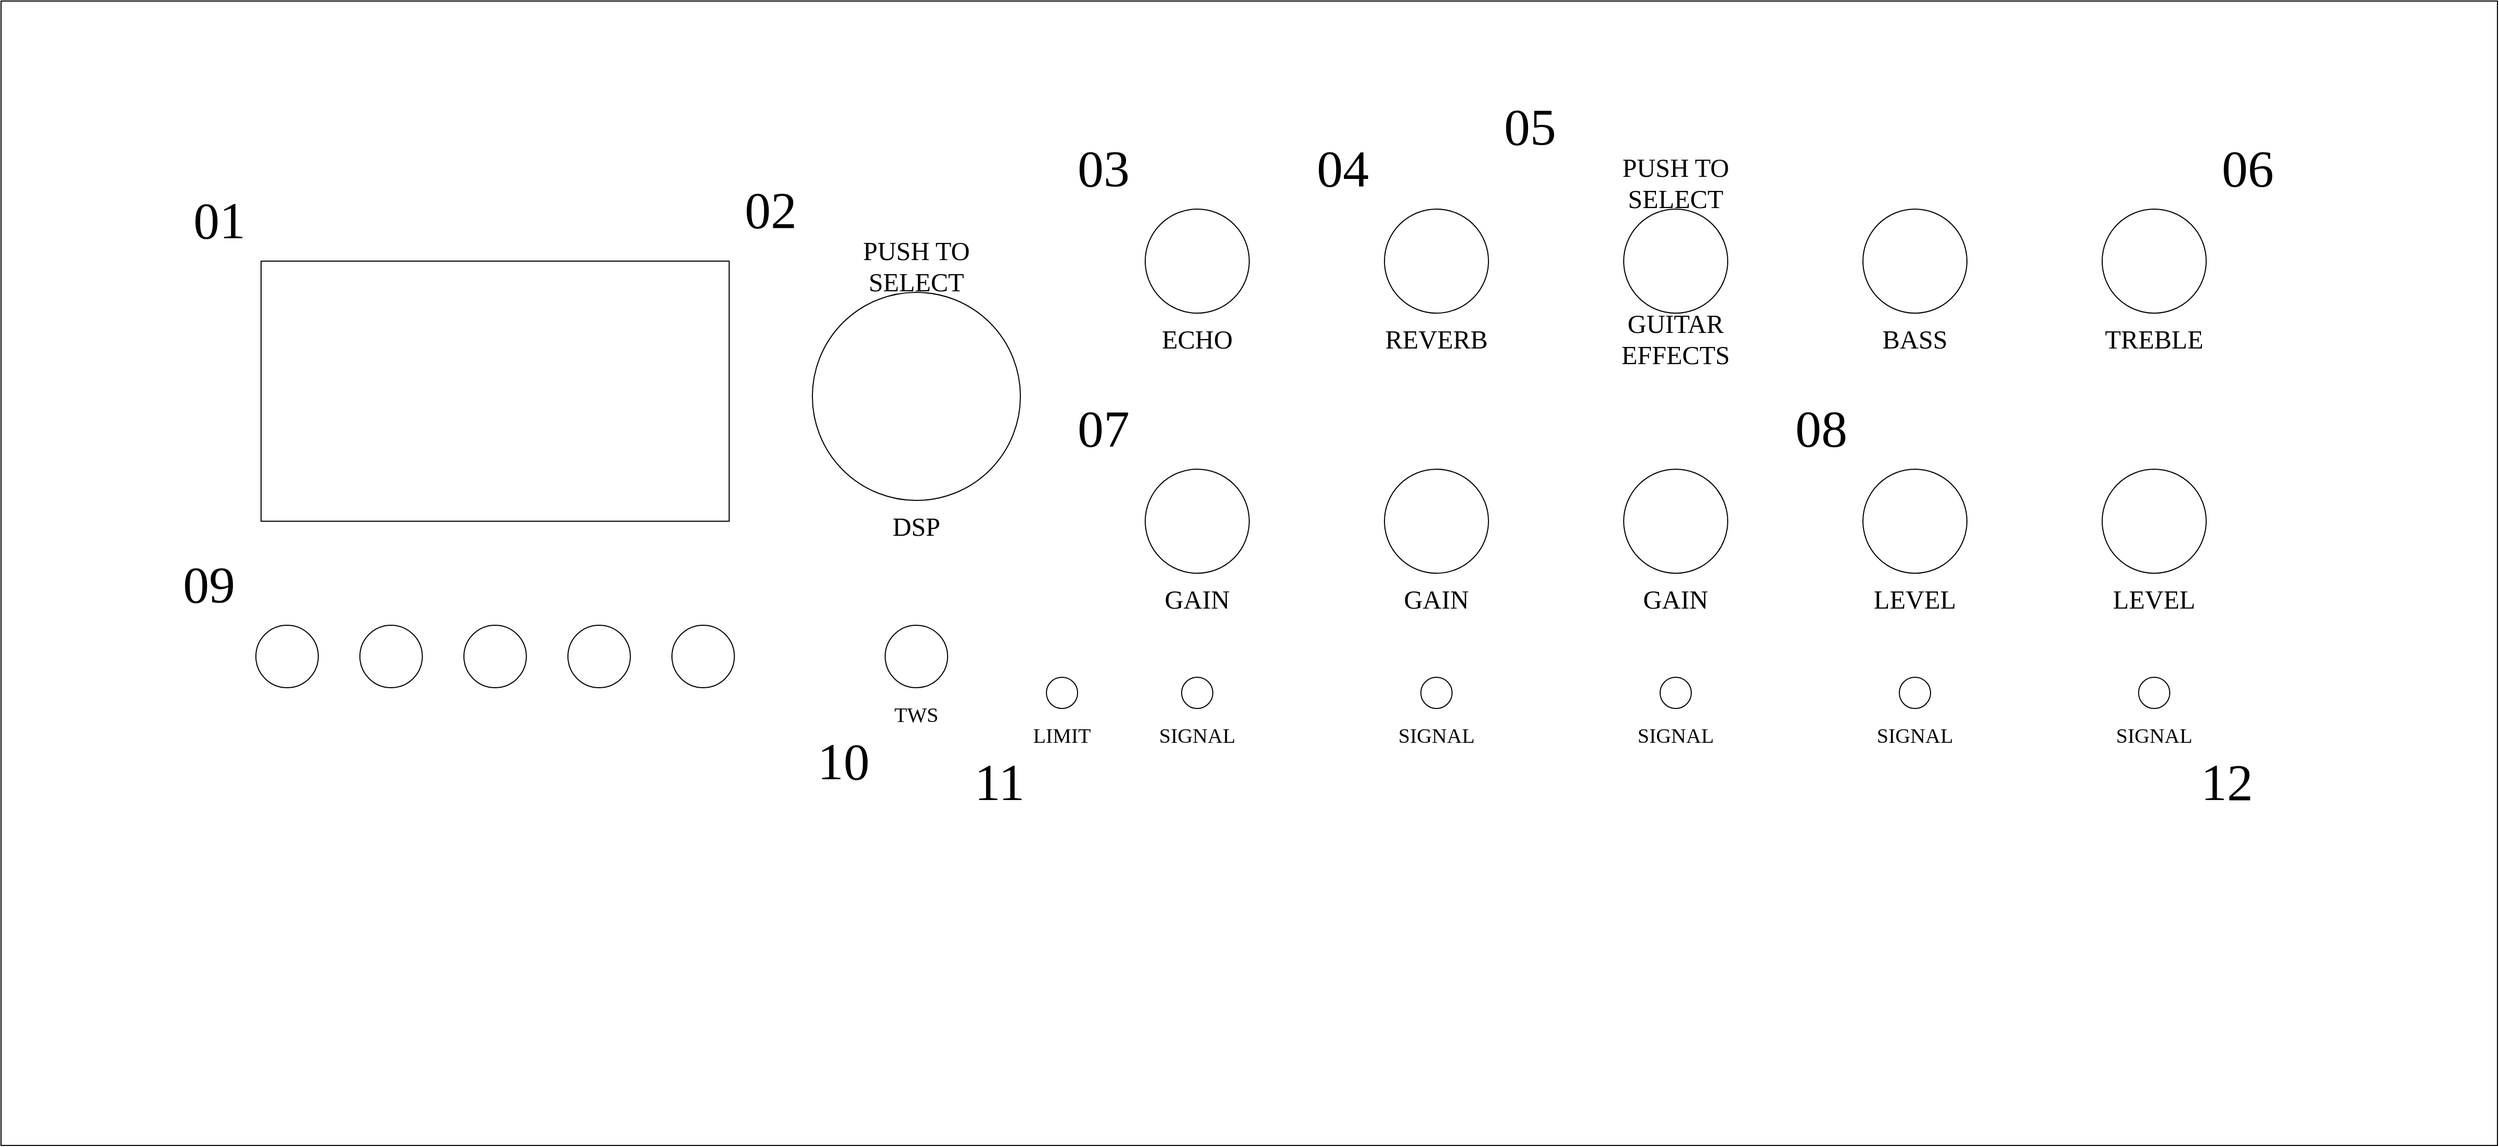
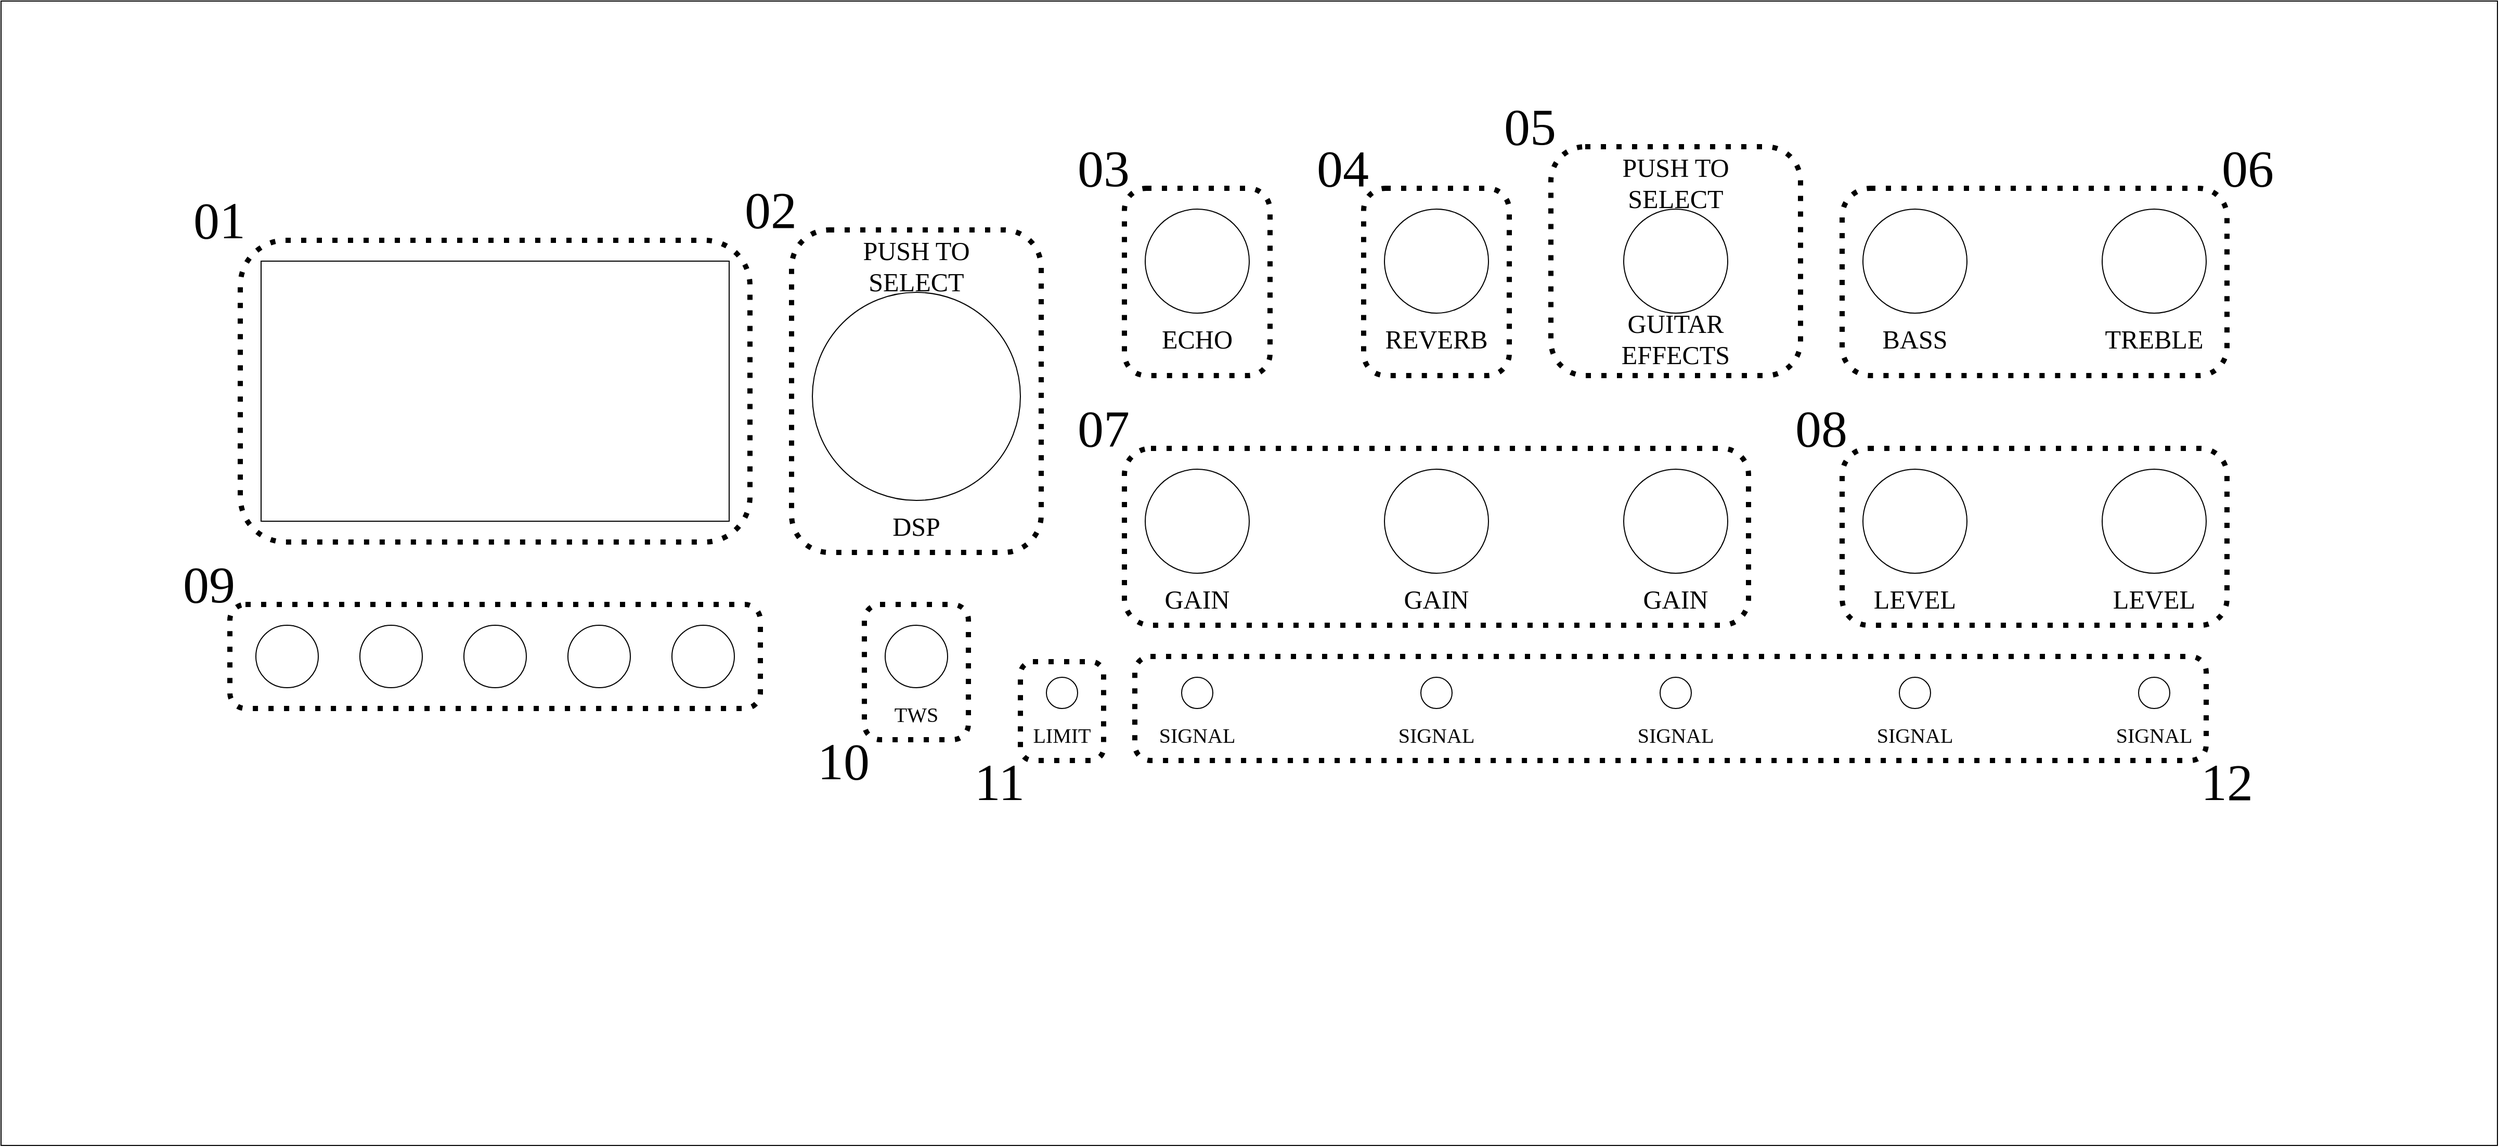
- <mxfile host="Electron" modified="2026-07-03T22:42:28.220Z" agent="Mozilla/5.0 (Windows NT 10.0; Win64; x64) AppleWebKit/537.36 (KHTML, like Gecko) draw.io/22.1.16 Chrome/120.0.6099.109 Electron/28.1.0 Safari/537.36" etag="QWmFoXYF6k7VsYndNoYA" version="22.1.16" type="device">
+ <mxfile host="Electron" modified="2026-07-03T22:52:03.967Z" agent="Mozilla/5.0 (Windows NT 10.0; Win64; x64) AppleWebKit/537.36 (KHTML, like Gecko) draw.io/22.1.16 Chrome/120.0.6099.109 Electron/28.1.0 Safari/537.36" etag="kyq85t_3a784Du3vjFt6" version="22.1.16" type="device">
  <diagram name="Page-1" id="B_XuoEejj1fYaosOIt3_">
-     <mxGraphModel dx="3354" dy="1916" grid="1" gridSize="10" guides="1" tooltips="1" connect="1" arrows="1" fold="1" page="1" pageScale="1" pageWidth="3300" pageHeight="2339" math="0" shadow="0">
+     <mxGraphModel dx="2795" dy="1597" grid="1" gridSize="10" guides="1" tooltips="1" connect="1" arrows="1" fold="1" page="1" pageScale="1" pageWidth="3300" pageHeight="2339" math="0" shadow="0">
      <root>
        <mxCell id="0" />
        <mxCell id="1" parent="0" />
-         <mxCell id="BWbFpJshCLjpk-5mwqhg-2" value="" style="rounded=0;whiteSpace=wrap;html=1;fillColor=none;movable=0;resizable=0;rotatable=0;deletable=0;editable=0;locked=1;connectable=0;" vertex="1" parent="1">
+         <mxCell id="BWbFpJshCLjpk-5mwqhg-82" value="" style="rounded=1;whiteSpace=wrap;html=1;fillColor=none;strokeColor=default;strokeWidth=5;dashed=1;dashPattern=1 2;fontFamily=Atkinson Hyperlegible Next;fontColor=default;" parent="1" vertex="1">
+           <mxGeometry x="1350" y="220" width="140" height="180" as="geometry" />
+         </mxCell>
+         <mxCell id="BWbFpJshCLjpk-5mwqhg-77" value="" style="rounded=1;whiteSpace=wrap;html=1;fillColor=none;strokeColor=default;strokeWidth=5;dashed=1;dashPattern=1 2;fontFamily=Atkinson Hyperlegible Next;fontColor=default;" parent="1" vertex="1">
+           <mxGeometry x="800" y="260" width="240" height="310" as="geometry" />
+         </mxCell>
+         <mxCell id="BWbFpJshCLjpk-5mwqhg-2" value="" style="rounded=0;whiteSpace=wrap;html=1;fillColor=none;movable=0;resizable=0;rotatable=0;deletable=0;editable=0;locked=1;connectable=0;" parent="1" vertex="1">
          <mxGeometry x="40" y="40" width="2400" height="1100" as="geometry" />
        </mxCell>
-         <mxCell id="BWbFpJshCLjpk-5mwqhg-73" value="" style="rounded=1;whiteSpace=wrap;html=1;fillColor=none;strokeColor=#FFFFFF;strokeWidth=5;dashed=1;dashPattern=1 2;fontFamily=Atkinson Hyperlegible Next;" vertex="1" parent="1">
+         <mxCell id="BWbFpJshCLjpk-5mwqhg-81" value="" style="rounded=1;whiteSpace=wrap;html=1;fillColor=none;strokeColor=default;strokeWidth=5;dashed=1;dashPattern=1 2;fontFamily=Atkinson Hyperlegible Next;fontColor=default;" parent="1" vertex="1">
+           <mxGeometry x="1120" y="220" width="140" height="180" as="geometry" />
+         </mxCell>
+         <mxCell id="BWbFpJshCLjpk-5mwqhg-83" value="" style="rounded=1;whiteSpace=wrap;html=1;fillColor=none;strokeColor=default;strokeWidth=5;dashed=1;dashPattern=1 2;fontFamily=Atkinson Hyperlegible Next;fontColor=default;" parent="1" vertex="1">
+           <mxGeometry x="1530" y="180" width="240" height="220" as="geometry" />
+         </mxCell>
+         <mxCell id="BWbFpJshCLjpk-5mwqhg-84" value="" style="rounded=1;whiteSpace=wrap;html=1;fillColor=none;strokeColor=default;strokeWidth=5;dashed=1;dashPattern=1 2;fontFamily=Atkinson Hyperlegible Next;fontColor=default;" parent="1" vertex="1">
+           <mxGeometry x="1810" y="220" width="370" height="180" as="geometry" />
+         </mxCell>
+         <mxCell id="BWbFpJshCLjpk-5mwqhg-71" value="&lt;font style=&quot;font-size: 25px;&quot;&gt;DSP&lt;/font&gt;" style="text;html=1;strokeColor=none;fillColor=none;align=center;verticalAlign=middle;whiteSpace=wrap;rounded=0;fontFamily=Atkinson Hyperlegible Next;fontColor=default;" parent="1" vertex="1">
+           <mxGeometry x="820" y="530" width="200" height="30" as="geometry" />
+         </mxCell>
+         <mxCell id="BWbFpJshCLjpk-5mwqhg-74" value="" style="rounded=1;whiteSpace=wrap;html=1;fillColor=none;strokeColor=default;strokeWidth=5;dashed=1;dashPattern=1 2;fontFamily=Atkinson Hyperlegible Next;fontColor=default;" parent="1" vertex="1">
+           <mxGeometry x="270" y="270" width="490" height="290" as="geometry" />
+         </mxCell>
+         <mxCell id="BWbFpJshCLjpk-5mwqhg-73" value="" style="rounded=1;whiteSpace=wrap;html=1;fillColor=none;strokeColor=default;strokeWidth=5;dashed=1;dashPattern=1 2;fontFamily=Atkinson Hyperlegible Next;fontColor=default;" parent="1" vertex="1">
          <mxGeometry x="260" y="620" width="510" height="100" as="geometry" />
        </mxCell>
-         <mxCell id="BWbFpJshCLjpk-5mwqhg-4" value="" style="rounded=0;whiteSpace=wrap;html=1;fontFamily=Atkinson Hyperlegible Next;" vertex="1" parent="1">
+         <mxCell id="BWbFpJshCLjpk-5mwqhg-76" value="" style="rounded=1;whiteSpace=wrap;html=1;fillColor=none;strokeColor=default;strokeWidth=5;dashed=1;dashPattern=1 2;fontFamily=Atkinson Hyperlegible Next;fontColor=default;" parent="1" vertex="1">
+           <mxGeometry x="1020" y="675" width="80" height="95" as="geometry" />
+         </mxCell>
+         <mxCell id="BWbFpJshCLjpk-5mwqhg-75" value="" style="rounded=1;whiteSpace=wrap;html=1;fillColor=none;strokeColor=default;strokeWidth=5;dashed=1;dashPattern=1 2;fontFamily=Atkinson Hyperlegible Next;fontColor=default;" parent="1" vertex="1">
+           <mxGeometry x="870" y="620" width="100" height="130" as="geometry" />
+         </mxCell>
+         <mxCell id="BWbFpJshCLjpk-5mwqhg-78" value="" style="rounded=1;whiteSpace=wrap;html=1;fillColor=none;strokeColor=default;strokeWidth=5;dashed=1;dashPattern=1 2;fontFamily=Atkinson Hyperlegible Next;fontColor=default;" parent="1" vertex="1">
+           <mxGeometry x="1120" y="470" width="600" height="170" as="geometry" />
+         </mxCell>
+         <mxCell id="BWbFpJshCLjpk-5mwqhg-79" value="" style="rounded=1;whiteSpace=wrap;html=1;fillColor=none;strokeColor=default;strokeWidth=5;dashed=1;dashPattern=1 2;fontFamily=Atkinson Hyperlegible Next;fontColor=default;" parent="1" vertex="1">
+           <mxGeometry x="1810" y="470" width="370" height="170" as="geometry" />
+         </mxCell>
+         <mxCell id="BWbFpJshCLjpk-5mwqhg-80" value="" style="rounded=1;whiteSpace=wrap;html=1;fillColor=none;strokeColor=default;strokeWidth=5;dashed=1;dashPattern=1 2;fontFamily=Atkinson Hyperlegible Next;fontColor=default;" parent="1" vertex="1">
+           <mxGeometry x="1130" y="670" width="1030" height="100" as="geometry" />
+         </mxCell>
+         <mxCell id="BWbFpJshCLjpk-5mwqhg-4" value="" style="rounded=0;whiteSpace=wrap;html=1;fontFamily=Atkinson Hyperlegible Next;strokeColor=default;fontColor=default;" parent="1" vertex="1">
          <mxGeometry x="290" y="290" width="450" height="250" as="geometry" />
        </mxCell>
-         <mxCell id="BWbFpJshCLjpk-5mwqhg-10" value="" style="ellipse;whiteSpace=wrap;html=1;aspect=fixed;fontFamily=Atkinson Hyperlegible Next;" vertex="1" parent="1">
+         <mxCell id="BWbFpJshCLjpk-5mwqhg-10" value="" style="ellipse;whiteSpace=wrap;html=1;aspect=fixed;fontFamily=Atkinson Hyperlegible Next;strokeColor=default;fontColor=default;" parent="1" vertex="1">
          <mxGeometry x="820" y="320" width="200" height="200" as="geometry" />
        </mxCell>
-         <mxCell id="BWbFpJshCLjpk-5mwqhg-12" value="" style="ellipse;whiteSpace=wrap;html=1;aspect=fixed;fontFamily=Atkinson Hyperlegible Next;" vertex="1" parent="1">
+         <mxCell id="BWbFpJshCLjpk-5mwqhg-12" value="" style="ellipse;whiteSpace=wrap;html=1;aspect=fixed;fontFamily=Atkinson Hyperlegible Next;strokeColor=default;fontColor=default;" parent="1" vertex="1">
          <mxGeometry x="1140" y="240" width="100" height="100" as="geometry" />
        </mxCell>
-         <mxCell id="BWbFpJshCLjpk-5mwqhg-13" value="" style="ellipse;whiteSpace=wrap;html=1;aspect=fixed;fontFamily=Atkinson Hyperlegible Next;" vertex="1" parent="1">
+         <mxCell id="BWbFpJshCLjpk-5mwqhg-13" value="" style="ellipse;whiteSpace=wrap;html=1;aspect=fixed;fontFamily=Atkinson Hyperlegible Next;strokeColor=default;fontColor=default;" parent="1" vertex="1">
          <mxGeometry x="1140" y="490" width="100" height="100" as="geometry" />
        </mxCell>
-         <mxCell id="BWbFpJshCLjpk-5mwqhg-14" value="" style="ellipse;whiteSpace=wrap;html=1;aspect=fixed;fontFamily=Atkinson Hyperlegible Next;" vertex="1" parent="1">
+         <mxCell id="BWbFpJshCLjpk-5mwqhg-14" value="" style="ellipse;whiteSpace=wrap;html=1;aspect=fixed;fontFamily=Atkinson Hyperlegible Next;strokeColor=default;fontColor=default;" parent="1" vertex="1">
          <mxGeometry x="1370" y="240" width="100" height="100" as="geometry" />
        </mxCell>
-         <mxCell id="BWbFpJshCLjpk-5mwqhg-15" value="" style="ellipse;whiteSpace=wrap;html=1;aspect=fixed;fontFamily=Atkinson Hyperlegible Next;" vertex="1" parent="1">
+         <mxCell id="BWbFpJshCLjpk-5mwqhg-15" value="" style="ellipse;whiteSpace=wrap;html=1;aspect=fixed;fontFamily=Atkinson Hyperlegible Next;strokeColor=default;fontColor=default;" parent="1" vertex="1">
          <mxGeometry x="1370" y="490" width="100" height="100" as="geometry" />
        </mxCell>
-         <mxCell id="BWbFpJshCLjpk-5mwqhg-17" value="" style="ellipse;whiteSpace=wrap;html=1;aspect=fixed;fontFamily=Atkinson Hyperlegible Next;" vertex="1" parent="1">
+         <mxCell id="BWbFpJshCLjpk-5mwqhg-17" value="" style="ellipse;whiteSpace=wrap;html=1;aspect=fixed;fontFamily=Atkinson Hyperlegible Next;strokeColor=default;fontColor=default;" parent="1" vertex="1">
          <mxGeometry x="1600" y="240" width="100" height="100" as="geometry" />
        </mxCell>
-         <mxCell id="BWbFpJshCLjpk-5mwqhg-18" value="" style="ellipse;whiteSpace=wrap;html=1;aspect=fixed;fontFamily=Atkinson Hyperlegible Next;" vertex="1" parent="1">
+         <mxCell id="BWbFpJshCLjpk-5mwqhg-18" value="" style="ellipse;whiteSpace=wrap;html=1;aspect=fixed;fontFamily=Atkinson Hyperlegible Next;strokeColor=default;fontColor=default;" parent="1" vertex="1">
          <mxGeometry x="1830" y="490" width="100" height="100" as="geometry" />
        </mxCell>
-         <mxCell id="BWbFpJshCLjpk-5mwqhg-19" value="" style="ellipse;whiteSpace=wrap;html=1;aspect=fixed;fontFamily=Atkinson Hyperlegible Next;" vertex="1" parent="1">
+         <mxCell id="BWbFpJshCLjpk-5mwqhg-19" value="" style="ellipse;whiteSpace=wrap;html=1;aspect=fixed;fontFamily=Atkinson Hyperlegible Next;strokeColor=default;fontColor=default;" parent="1" vertex="1">
          <mxGeometry x="1830" y="240" width="100" height="100" as="geometry" />
        </mxCell>
-         <mxCell id="BWbFpJshCLjpk-5mwqhg-20" value="" style="ellipse;whiteSpace=wrap;html=1;aspect=fixed;fontFamily=Atkinson Hyperlegible Next;" vertex="1" parent="1">
+         <mxCell id="BWbFpJshCLjpk-5mwqhg-20" value="" style="ellipse;whiteSpace=wrap;html=1;aspect=fixed;fontFamily=Atkinson Hyperlegible Next;strokeColor=default;fontColor=default;" parent="1" vertex="1">
          <mxGeometry x="1600" y="490" width="100" height="100" as="geometry" />
        </mxCell>
-         <mxCell id="BWbFpJshCLjpk-5mwqhg-26" value="" style="ellipse;whiteSpace=wrap;html=1;aspect=fixed;fontFamily=Atkinson Hyperlegible Next;" vertex="1" parent="1">
+         <mxCell id="BWbFpJshCLjpk-5mwqhg-26" value="" style="ellipse;whiteSpace=wrap;html=1;aspect=fixed;fontFamily=Atkinson Hyperlegible Next;strokeColor=default;fontColor=default;" parent="1" vertex="1">
          <mxGeometry x="2060" y="240" width="100" height="100" as="geometry" />
        </mxCell>
-         <mxCell id="BWbFpJshCLjpk-5mwqhg-27" value="" style="ellipse;whiteSpace=wrap;html=1;aspect=fixed;fontFamily=Atkinson Hyperlegible Next;" vertex="1" parent="1">
+         <mxCell id="BWbFpJshCLjpk-5mwqhg-27" value="" style="ellipse;whiteSpace=wrap;html=1;aspect=fixed;fontFamily=Atkinson Hyperlegible Next;strokeColor=default;fontColor=default;" parent="1" vertex="1">
          <mxGeometry x="2060" y="490" width="100" height="100" as="geometry" />
        </mxCell>
-         <mxCell id="BWbFpJshCLjpk-5mwqhg-33" value="" style="ellipse;whiteSpace=wrap;html=1;aspect=fixed;fontFamily=Atkinson Hyperlegible Next;" vertex="1" parent="1">
+         <mxCell id="BWbFpJshCLjpk-5mwqhg-33" value="" style="ellipse;whiteSpace=wrap;html=1;aspect=fixed;fontFamily=Atkinson Hyperlegible Next;strokeColor=default;fontColor=default;" parent="1" vertex="1">
          <mxGeometry x="1175" y="690" width="30" height="30" as="geometry" />
        </mxCell>
-         <mxCell id="BWbFpJshCLjpk-5mwqhg-37" value="" style="ellipse;whiteSpace=wrap;html=1;aspect=fixed;fontFamily=Atkinson Hyperlegible Next;" vertex="1" parent="1">
+         <mxCell id="BWbFpJshCLjpk-5mwqhg-37" value="" style="ellipse;whiteSpace=wrap;html=1;aspect=fixed;fontFamily=Atkinson Hyperlegible Next;strokeColor=default;fontColor=default;" parent="1" vertex="1">
          <mxGeometry x="1405" y="690" width="30" height="30" as="geometry" />
        </mxCell>
-         <mxCell id="BWbFpJshCLjpk-5mwqhg-38" value="" style="ellipse;whiteSpace=wrap;html=1;aspect=fixed;fontFamily=Atkinson Hyperlegible Next;" vertex="1" parent="1">
+         <mxCell id="BWbFpJshCLjpk-5mwqhg-38" value="" style="ellipse;whiteSpace=wrap;html=1;aspect=fixed;fontFamily=Atkinson Hyperlegible Next;strokeColor=default;fontColor=default;" parent="1" vertex="1">
          <mxGeometry x="1865" y="690" width="30" height="30" as="geometry" />
        </mxCell>
-         <mxCell id="BWbFpJshCLjpk-5mwqhg-39" value="" style="ellipse;whiteSpace=wrap;html=1;aspect=fixed;fontFamily=Atkinson Hyperlegible Next;" vertex="1" parent="1">
+         <mxCell id="BWbFpJshCLjpk-5mwqhg-39" value="" style="ellipse;whiteSpace=wrap;html=1;aspect=fixed;fontFamily=Atkinson Hyperlegible Next;strokeColor=default;fontColor=default;" parent="1" vertex="1">
          <mxGeometry x="1635" y="690" width="30" height="30" as="geometry" />
        </mxCell>
-         <mxCell id="BWbFpJshCLjpk-5mwqhg-40" value="" style="ellipse;whiteSpace=wrap;html=1;aspect=fixed;fontFamily=Atkinson Hyperlegible Next;" vertex="1" parent="1">
+         <mxCell id="BWbFpJshCLjpk-5mwqhg-40" value="" style="ellipse;whiteSpace=wrap;html=1;aspect=fixed;fontFamily=Atkinson Hyperlegible Next;strokeColor=default;fontColor=default;" parent="1" vertex="1">
          <mxGeometry x="2095" y="690" width="30" height="30" as="geometry" />
        </mxCell>
-         <mxCell id="BWbFpJshCLjpk-5mwqhg-42" value="" style="ellipse;whiteSpace=wrap;html=1;aspect=fixed;fontFamily=Atkinson Hyperlegible Next;" vertex="1" parent="1">
+         <mxCell id="BWbFpJshCLjpk-5mwqhg-42" value="" style="ellipse;whiteSpace=wrap;html=1;aspect=fixed;fontFamily=Atkinson Hyperlegible Next;strokeColor=default;fontColor=default;" parent="1" vertex="1">
          <mxGeometry x="1045" y="690" width="30" height="30" as="geometry" />
        </mxCell>
-         <mxCell id="BWbFpJshCLjpk-5mwqhg-45" value="" style="ellipse;whiteSpace=wrap;html=1;aspect=fixed;fontFamily=Atkinson Hyperlegible Next;" vertex="1" parent="1">
+         <mxCell id="BWbFpJshCLjpk-5mwqhg-45" value="" style="ellipse;whiteSpace=wrap;html=1;aspect=fixed;fontFamily=Atkinson Hyperlegible Next;strokeColor=default;fontColor=default;" parent="1" vertex="1">
          <mxGeometry x="485" y="640" width="60" height="60" as="geometry" />
        </mxCell>
-         <mxCell id="BWbFpJshCLjpk-5mwqhg-46" value="" style="ellipse;whiteSpace=wrap;html=1;aspect=fixed;fontFamily=Atkinson Hyperlegible Next;" vertex="1" parent="1">
+         <mxCell id="BWbFpJshCLjpk-5mwqhg-46" value="" style="ellipse;whiteSpace=wrap;html=1;aspect=fixed;fontFamily=Atkinson Hyperlegible Next;strokeColor=default;fontColor=default;" parent="1" vertex="1">
          <mxGeometry x="585" y="640" width="60" height="60" as="geometry" />
        </mxCell>
-         <mxCell id="BWbFpJshCLjpk-5mwqhg-47" value="" style="ellipse;whiteSpace=wrap;html=1;aspect=fixed;fontFamily=Atkinson Hyperlegible Next;" vertex="1" parent="1">
+         <mxCell id="BWbFpJshCLjpk-5mwqhg-47" value="" style="ellipse;whiteSpace=wrap;html=1;aspect=fixed;fontFamily=Atkinson Hyperlegible Next;strokeColor=default;fontColor=default;" parent="1" vertex="1">
          <mxGeometry x="685" y="640" width="60" height="60" as="geometry" />
        </mxCell>
-         <mxCell id="BWbFpJshCLjpk-5mwqhg-48" value="" style="ellipse;whiteSpace=wrap;html=1;aspect=fixed;fontFamily=Atkinson Hyperlegible Next;" vertex="1" parent="1">
+         <mxCell id="BWbFpJshCLjpk-5mwqhg-48" value="" style="ellipse;whiteSpace=wrap;html=1;aspect=fixed;fontFamily=Atkinson Hyperlegible Next;strokeColor=default;fontColor=default;" parent="1" vertex="1">
          <mxGeometry x="385" y="640" width="60" height="60" as="geometry" />
        </mxCell>
-         <mxCell id="BWbFpJshCLjpk-5mwqhg-49" value="" style="ellipse;whiteSpace=wrap;html=1;aspect=fixed;fontFamily=Atkinson Hyperlegible Next;" vertex="1" parent="1">
+         <mxCell id="BWbFpJshCLjpk-5mwqhg-49" value="" style="ellipse;whiteSpace=wrap;html=1;aspect=fixed;fontFamily=Atkinson Hyperlegible Next;strokeColor=default;fontColor=default;" parent="1" vertex="1">
          <mxGeometry x="285" y="640" width="60" height="60" as="geometry" />
        </mxCell>
-         <mxCell id="BWbFpJshCLjpk-5mwqhg-50" value="" style="ellipse;whiteSpace=wrap;html=1;aspect=fixed;fontFamily=Atkinson Hyperlegible Next;" vertex="1" parent="1">
+         <mxCell id="BWbFpJshCLjpk-5mwqhg-50" value="" style="ellipse;whiteSpace=wrap;html=1;aspect=fixed;fontFamily=Atkinson Hyperlegible Next;strokeColor=default;fontColor=default;" parent="1" vertex="1">
          <mxGeometry x="890" y="640" width="60" height="60" as="geometry" />
        </mxCell>
-         <mxCell id="BWbFpJshCLjpk-5mwqhg-53" value="&lt;font style=&quot;font-size: 25px;&quot;&gt;PUSH TO SELECT&lt;/font&gt;" style="text;html=1;strokeColor=none;fillColor=none;align=center;verticalAlign=middle;whiteSpace=wrap;rounded=0;fontFamily=Atkinson Hyperlegible Next;" vertex="1" parent="1">
+         <mxCell id="BWbFpJshCLjpk-5mwqhg-53" value="&lt;font style=&quot;font-size: 25px;&quot;&gt;PUSH TO SELECT&lt;/font&gt;" style="text;html=1;strokeColor=none;fillColor=none;align=center;verticalAlign=middle;whiteSpace=wrap;rounded=0;fontFamily=Atkinson Hyperlegible Next;fontColor=default;" parent="1" vertex="1">
          <mxGeometry x="820" y="280" width="200" height="30" as="geometry" />
        </mxCell>
-         <mxCell id="BWbFpJshCLjpk-5mwqhg-54" value="&lt;font style=&quot;font-size: 25px;&quot;&gt;PUSH TO SELECT&lt;/font&gt;" style="text;html=1;strokeColor=none;fillColor=none;align=center;verticalAlign=middle;whiteSpace=wrap;rounded=0;fontFamily=Atkinson Hyperlegible Next;" vertex="1" parent="1">
+         <mxCell id="BWbFpJshCLjpk-5mwqhg-54" value="&lt;font style=&quot;font-size: 25px;&quot;&gt;PUSH TO SELECT&lt;/font&gt;" style="text;html=1;strokeColor=none;fillColor=none;align=center;verticalAlign=middle;whiteSpace=wrap;rounded=0;fontFamily=Atkinson Hyperlegible Next;fontColor=default;" parent="1" vertex="1">
          <mxGeometry x="1550" y="200" width="200" height="30" as="geometry" />
        </mxCell>
-         <mxCell id="BWbFpJshCLjpk-5mwqhg-55" value="&lt;font style=&quot;font-size: 25px;&quot;&gt;ECHO&lt;/font&gt;" style="text;html=1;strokeColor=none;fillColor=none;align=center;verticalAlign=middle;whiteSpace=wrap;rounded=0;fontFamily=Atkinson Hyperlegible Next;" vertex="1" parent="1">
+         <mxCell id="BWbFpJshCLjpk-5mwqhg-55" value="&lt;font style=&quot;font-size: 25px;&quot;&gt;ECHO&lt;/font&gt;" style="text;html=1;strokeColor=none;fillColor=none;align=center;verticalAlign=middle;whiteSpace=wrap;rounded=0;fontFamily=Atkinson Hyperlegible Next;fontColor=default;" parent="1" vertex="1">
          <mxGeometry x="1140" y="350" width="100" height="30" as="geometry" />
        </mxCell>
-         <mxCell id="BWbFpJshCLjpk-5mwqhg-56" value="&lt;font style=&quot;font-size: 25px;&quot;&gt;REVERB&lt;/font&gt;" style="text;html=1;strokeColor=none;fillColor=none;align=center;verticalAlign=middle;whiteSpace=wrap;rounded=0;fontFamily=Atkinson Hyperlegible Next;" vertex="1" parent="1">
+         <mxCell id="BWbFpJshCLjpk-5mwqhg-56" value="&lt;font style=&quot;font-size: 25px;&quot;&gt;REVERB&lt;/font&gt;" style="text;html=1;strokeColor=none;fillColor=none;align=center;verticalAlign=middle;whiteSpace=wrap;rounded=0;fontFamily=Atkinson Hyperlegible Next;fontColor=default;" parent="1" vertex="1">
          <mxGeometry x="1370" y="350" width="100" height="30" as="geometry" />
        </mxCell>
-         <mxCell id="BWbFpJshCLjpk-5mwqhg-57" value="&lt;font style=&quot;font-size: 25px;&quot;&gt;GUITAR EFFECTS&lt;/font&gt;" style="text;html=1;strokeColor=none;fillColor=none;align=center;verticalAlign=middle;whiteSpace=wrap;rounded=0;fontFamily=Atkinson Hyperlegible Next;" vertex="1" parent="1">
+         <mxCell id="BWbFpJshCLjpk-5mwqhg-57" value="&lt;font style=&quot;font-size: 25px;&quot;&gt;GUITAR EFFECTS&lt;/font&gt;" style="text;html=1;strokeColor=none;fillColor=none;align=center;verticalAlign=middle;whiteSpace=wrap;rounded=0;fontFamily=Atkinson Hyperlegible Next;fontColor=default;" parent="1" vertex="1">
          <mxGeometry x="1550" y="350" width="200" height="30" as="geometry" />
        </mxCell>
-         <mxCell id="BWbFpJshCLjpk-5mwqhg-58" value="&lt;font style=&quot;font-size: 25px;&quot;&gt;BASS&lt;/font&gt;" style="text;html=1;strokeColor=none;fillColor=none;align=center;verticalAlign=middle;whiteSpace=wrap;rounded=0;fontFamily=Atkinson Hyperlegible Next;" vertex="1" parent="1">
+         <mxCell id="BWbFpJshCLjpk-5mwqhg-58" value="&lt;font style=&quot;font-size: 25px;&quot;&gt;BASS&lt;/font&gt;" style="text;html=1;strokeColor=none;fillColor=none;align=center;verticalAlign=middle;whiteSpace=wrap;rounded=0;fontFamily=Atkinson Hyperlegible Next;fontColor=default;" parent="1" vertex="1">
          <mxGeometry x="1830" y="350" width="100" height="30" as="geometry" />
        </mxCell>
-         <mxCell id="BWbFpJshCLjpk-5mwqhg-59" value="&lt;font style=&quot;font-size: 25px;&quot;&gt;TREBLE&lt;/font&gt;" style="text;html=1;strokeColor=none;fillColor=none;align=center;verticalAlign=middle;whiteSpace=wrap;rounded=0;fontFamily=Atkinson Hyperlegible Next;" vertex="1" parent="1">
+         <mxCell id="BWbFpJshCLjpk-5mwqhg-59" value="&lt;font style=&quot;font-size: 25px;&quot;&gt;TREBLE&lt;/font&gt;" style="text;html=1;strokeColor=none;fillColor=none;align=center;verticalAlign=middle;whiteSpace=wrap;rounded=0;fontFamily=Atkinson Hyperlegible Next;fontColor=default;" parent="1" vertex="1">
          <mxGeometry x="2060" y="350" width="100" height="30" as="geometry" />
        </mxCell>
-         <mxCell id="BWbFpJshCLjpk-5mwqhg-60" value="&lt;font style=&quot;font-size: 25px;&quot;&gt;GAIN&lt;/font&gt;" style="text;html=1;strokeColor=none;fillColor=none;align=center;verticalAlign=middle;whiteSpace=wrap;rounded=0;fontFamily=Atkinson Hyperlegible Next;" vertex="1" parent="1">
+         <mxCell id="BWbFpJshCLjpk-5mwqhg-60" value="&lt;font style=&quot;font-size: 25px;&quot;&gt;GAIN&lt;/font&gt;" style="text;html=1;strokeColor=none;fillColor=none;align=center;verticalAlign=middle;whiteSpace=wrap;rounded=0;fontFamily=Atkinson Hyperlegible Next;fontColor=default;" parent="1" vertex="1">
          <mxGeometry x="1140" y="600" width="100" height="30" as="geometry" />
        </mxCell>
-         <mxCell id="BWbFpJshCLjpk-5mwqhg-61" value="&lt;font style=&quot;font-size: 25px;&quot;&gt;GAIN&lt;/font&gt;" style="text;html=1;strokeColor=none;fillColor=none;align=center;verticalAlign=middle;whiteSpace=wrap;rounded=0;fontFamily=Atkinson Hyperlegible Next;" vertex="1" parent="1">
+         <mxCell id="BWbFpJshCLjpk-5mwqhg-61" value="&lt;font style=&quot;font-size: 25px;&quot;&gt;GAIN&lt;/font&gt;" style="text;html=1;strokeColor=none;fillColor=none;align=center;verticalAlign=middle;whiteSpace=wrap;rounded=0;fontFamily=Atkinson Hyperlegible Next;fontColor=default;" parent="1" vertex="1">
          <mxGeometry x="1370" y="600" width="100" height="30" as="geometry" />
        </mxCell>
-         <mxCell id="BWbFpJshCLjpk-5mwqhg-62" value="&lt;font style=&quot;font-size: 25px;&quot;&gt;GAIN&lt;/font&gt;" style="text;html=1;strokeColor=none;fillColor=none;align=center;verticalAlign=middle;whiteSpace=wrap;rounded=0;fontFamily=Atkinson Hyperlegible Next;" vertex="1" parent="1">
+         <mxCell id="BWbFpJshCLjpk-5mwqhg-62" value="&lt;font style=&quot;font-size: 25px;&quot;&gt;GAIN&lt;/font&gt;" style="text;html=1;strokeColor=none;fillColor=none;align=center;verticalAlign=middle;whiteSpace=wrap;rounded=0;fontFamily=Atkinson Hyperlegible Next;fontColor=default;" parent="1" vertex="1">
          <mxGeometry x="1600" y="600" width="100" height="30" as="geometry" />
        </mxCell>
-         <mxCell id="BWbFpJshCLjpk-5mwqhg-63" value="&lt;font style=&quot;font-size: 25px;&quot;&gt;LEVEL&lt;/font&gt;" style="text;html=1;strokeColor=none;fillColor=none;align=center;verticalAlign=middle;whiteSpace=wrap;rounded=0;fontFamily=Atkinson Hyperlegible Next;" vertex="1" parent="1">
+         <mxCell id="BWbFpJshCLjpk-5mwqhg-63" value="&lt;font style=&quot;font-size: 25px;&quot;&gt;LEVEL&lt;/font&gt;" style="text;html=1;strokeColor=none;fillColor=none;align=center;verticalAlign=middle;whiteSpace=wrap;rounded=0;fontFamily=Atkinson Hyperlegible Next;fontColor=default;" parent="1" vertex="1">
          <mxGeometry x="1830" y="600" width="100" height="30" as="geometry" />
        </mxCell>
-         <mxCell id="BWbFpJshCLjpk-5mwqhg-64" value="&lt;font&gt;&lt;span style=&quot;font-size: 25px;&quot;&gt;LEVEL&lt;/span&gt;&lt;/font&gt;" style="text;html=1;strokeColor=none;fillColor=none;align=center;verticalAlign=middle;whiteSpace=wrap;rounded=0;fontFamily=Atkinson Hyperlegible Next;" vertex="1" parent="1">
+         <mxCell id="BWbFpJshCLjpk-5mwqhg-64" value="&lt;font&gt;&lt;span style=&quot;font-size: 25px;&quot;&gt;LEVEL&lt;/span&gt;&lt;/font&gt;" style="text;html=1;strokeColor=none;fillColor=none;align=center;verticalAlign=middle;whiteSpace=wrap;rounded=0;fontFamily=Atkinson Hyperlegible Next;fontColor=default;" parent="1" vertex="1">
          <mxGeometry x="2060" y="600" width="100" height="30" as="geometry" />
        </mxCell>
-         <mxCell id="BWbFpJshCLjpk-5mwqhg-65" value="&lt;font style=&quot;font-size: 20px;&quot;&gt;SIGNAL&lt;/font&gt;" style="text;html=1;strokeColor=none;fillColor=none;align=center;verticalAlign=middle;whiteSpace=wrap;rounded=0;fontFamily=Atkinson Hyperlegible Next;fontSize=20;" vertex="1" parent="1">
+         <mxCell id="BWbFpJshCLjpk-5mwqhg-65" value="&lt;font style=&quot;font-size: 20px;&quot;&gt;SIGNAL&lt;/font&gt;" style="text;html=1;strokeColor=none;fillColor=none;align=center;verticalAlign=middle;whiteSpace=wrap;rounded=0;fontFamily=Atkinson Hyperlegible Next;fontSize=20;fontColor=default;" parent="1" vertex="1">
          <mxGeometry x="1830" y="730" width="100" height="30" as="geometry" />
        </mxCell>
-         <mxCell id="BWbFpJshCLjpk-5mwqhg-66" value="&lt;font style=&quot;font-size: 20px;&quot;&gt;SIGNAL&lt;/font&gt;" style="text;html=1;strokeColor=none;fillColor=none;align=center;verticalAlign=middle;whiteSpace=wrap;rounded=0;fontFamily=Atkinson Hyperlegible Next;fontSize=20;" vertex="1" parent="1">
+         <mxCell id="BWbFpJshCLjpk-5mwqhg-66" value="&lt;font style=&quot;font-size: 20px;&quot;&gt;SIGNAL&lt;/font&gt;" style="text;html=1;strokeColor=none;fillColor=none;align=center;verticalAlign=middle;whiteSpace=wrap;rounded=0;fontFamily=Atkinson Hyperlegible Next;fontSize=20;fontColor=default;" parent="1" vertex="1">
          <mxGeometry x="2060" y="730" width="100" height="30" as="geometry" />
        </mxCell>
-         <mxCell id="BWbFpJshCLjpk-5mwqhg-67" value="&lt;font style=&quot;font-size: 20px;&quot;&gt;SIGNAL&lt;/font&gt;" style="text;html=1;strokeColor=none;fillColor=none;align=center;verticalAlign=middle;whiteSpace=wrap;rounded=0;fontFamily=Atkinson Hyperlegible Next;fontSize=20;" vertex="1" parent="1">
+         <mxCell id="BWbFpJshCLjpk-5mwqhg-67" value="&lt;font style=&quot;font-size: 20px;&quot;&gt;SIGNAL&lt;/font&gt;" style="text;html=1;strokeColor=none;fillColor=none;align=center;verticalAlign=middle;whiteSpace=wrap;rounded=0;fontFamily=Atkinson Hyperlegible Next;fontSize=20;fontColor=default;" parent="1" vertex="1">
          <mxGeometry x="1600" y="730" width="100" height="30" as="geometry" />
        </mxCell>
-         <mxCell id="BWbFpJshCLjpk-5mwqhg-68" value="&lt;font style=&quot;font-size: 20px;&quot;&gt;SIGNAL&lt;/font&gt;" style="text;html=1;strokeColor=none;fillColor=none;align=center;verticalAlign=middle;whiteSpace=wrap;rounded=0;fontFamily=Atkinson Hyperlegible Next;fontSize=20;" vertex="1" parent="1">
+         <mxCell id="BWbFpJshCLjpk-5mwqhg-68" value="&lt;font style=&quot;font-size: 20px;&quot;&gt;SIGNAL&lt;/font&gt;" style="text;html=1;strokeColor=none;fillColor=none;align=center;verticalAlign=middle;whiteSpace=wrap;rounded=0;fontFamily=Atkinson Hyperlegible Next;fontSize=20;fontColor=default;" parent="1" vertex="1">
          <mxGeometry x="1370" y="730" width="100" height="30" as="geometry" />
        </mxCell>
-         <mxCell id="BWbFpJshCLjpk-5mwqhg-69" value="&lt;font style=&quot;font-size: 20px;&quot;&gt;SIGNAL&lt;/font&gt;" style="text;html=1;strokeColor=none;fillColor=none;align=center;verticalAlign=middle;whiteSpace=wrap;rounded=0;fontFamily=Atkinson Hyperlegible Next;fontSize=20;" vertex="1" parent="1">
+         <mxCell id="BWbFpJshCLjpk-5mwqhg-69" value="&lt;font style=&quot;font-size: 20px;&quot;&gt;SIGNAL&lt;/font&gt;" style="text;html=1;strokeColor=none;fillColor=none;align=center;verticalAlign=middle;whiteSpace=wrap;rounded=0;fontFamily=Atkinson Hyperlegible Next;fontSize=20;fontColor=default;" parent="1" vertex="1">
          <mxGeometry x="1140" y="730" width="100" height="30" as="geometry" />
        </mxCell>
-         <mxCell id="BWbFpJshCLjpk-5mwqhg-70" value="&lt;font style=&quot;font-size: 20px;&quot;&gt;LIMIT&lt;/font&gt;" style="text;html=1;strokeColor=none;fillColor=none;align=center;verticalAlign=middle;whiteSpace=wrap;rounded=0;fontFamily=Atkinson Hyperlegible Next;fontSize=20;" vertex="1" parent="1">
+         <mxCell id="BWbFpJshCLjpk-5mwqhg-70" value="&lt;font style=&quot;font-size: 20px;&quot;&gt;LIMIT&lt;/font&gt;" style="text;html=1;strokeColor=none;fillColor=none;align=center;verticalAlign=middle;whiteSpace=wrap;rounded=0;fontFamily=Atkinson Hyperlegible Next;fontSize=20;fontColor=default;" parent="1" vertex="1">
          <mxGeometry x="1010" y="730" width="100" height="30" as="geometry" />
        </mxCell>
-         <mxCell id="BWbFpJshCLjpk-5mwqhg-71" value="&lt;font style=&quot;font-size: 25px;&quot;&gt;DSP&lt;/font&gt;" style="text;html=1;strokeColor=none;fillColor=none;align=center;verticalAlign=middle;whiteSpace=wrap;rounded=0;fontFamily=Atkinson Hyperlegible Next;" vertex="1" parent="1">
-           <mxGeometry x="820" y="530" width="200" height="30" as="geometry" />
-         </mxCell>
-         <mxCell id="BWbFpJshCLjpk-5mwqhg-72" value="&lt;font style=&quot;font-size: 20px;&quot;&gt;TWS&lt;/font&gt;" style="text;html=1;strokeColor=none;fillColor=none;align=center;verticalAlign=middle;whiteSpace=wrap;rounded=0;fontFamily=Atkinson Hyperlegible Next;fontSize=20;" vertex="1" parent="1">
+         <mxCell id="BWbFpJshCLjpk-5mwqhg-72" value="&lt;font style=&quot;font-size: 20px;&quot;&gt;TWS&lt;/font&gt;" style="text;html=1;strokeColor=none;fillColor=none;align=center;verticalAlign=middle;whiteSpace=wrap;rounded=0;fontFamily=Atkinson Hyperlegible Next;fontSize=20;fontColor=default;" parent="1" vertex="1">
          <mxGeometry x="890" y="710" width="60" height="30" as="geometry" />
        </mxCell>
-         <mxCell id="BWbFpJshCLjpk-5mwqhg-74" value="" style="rounded=1;whiteSpace=wrap;html=1;fillColor=none;strokeColor=#FFFFFF;strokeWidth=5;dashed=1;dashPattern=1 2;fontFamily=Atkinson Hyperlegible Next;" vertex="1" parent="1">
-           <mxGeometry x="270" y="270" width="490" height="290" as="geometry" />
-         </mxCell>
-         <mxCell id="BWbFpJshCLjpk-5mwqhg-75" value="" style="rounded=1;whiteSpace=wrap;html=1;fillColor=none;strokeColor=#FFFFFF;strokeWidth=5;dashed=1;dashPattern=1 2;fontFamily=Atkinson Hyperlegible Next;" vertex="1" parent="1">
-           <mxGeometry x="870" y="620" width="100" height="130" as="geometry" />
-         </mxCell>
-         <mxCell id="BWbFpJshCLjpk-5mwqhg-76" value="" style="rounded=1;whiteSpace=wrap;html=1;fillColor=none;strokeColor=#FFFFFF;strokeWidth=5;dashed=1;dashPattern=1 2;fontFamily=Atkinson Hyperlegible Next;" vertex="1" parent="1">
-           <mxGeometry x="1020" y="675" width="80" height="95" as="geometry" />
-         </mxCell>
-         <mxCell id="BWbFpJshCLjpk-5mwqhg-77" value="" style="rounded=1;whiteSpace=wrap;html=1;fillColor=none;strokeColor=#FFFFFF;strokeWidth=5;dashed=1;dashPattern=1 2;fontFamily=Atkinson Hyperlegible Next;" vertex="1" parent="1">
-           <mxGeometry x="800" y="260" width="240" height="310" as="geometry" />
-         </mxCell>
-         <mxCell id="BWbFpJshCLjpk-5mwqhg-78" value="" style="rounded=1;whiteSpace=wrap;html=1;fillColor=none;strokeColor=#FFFFFF;strokeWidth=5;dashed=1;dashPattern=1 2;fontFamily=Atkinson Hyperlegible Next;" vertex="1" parent="1">
-           <mxGeometry x="1120" y="470" width="600" height="170" as="geometry" />
-         </mxCell>
-         <mxCell id="BWbFpJshCLjpk-5mwqhg-79" value="" style="rounded=1;whiteSpace=wrap;html=1;fillColor=none;strokeColor=#FFFFFF;strokeWidth=5;dashed=1;dashPattern=1 2;fontFamily=Atkinson Hyperlegible Next;" vertex="1" parent="1">
-           <mxGeometry x="1810" y="470" width="370" height="170" as="geometry" />
-         </mxCell>
-         <mxCell id="BWbFpJshCLjpk-5mwqhg-80" value="" style="rounded=1;whiteSpace=wrap;html=1;fillColor=none;strokeColor=#FFFFFF;strokeWidth=5;dashed=1;dashPattern=1 2;fontFamily=Atkinson Hyperlegible Next;" vertex="1" parent="1">
-           <mxGeometry x="1130" y="670" width="1030" height="100" as="geometry" />
-         </mxCell>
-         <mxCell id="BWbFpJshCLjpk-5mwqhg-81" value="" style="rounded=1;whiteSpace=wrap;html=1;fillColor=none;strokeColor=#FFFFFF;strokeWidth=5;dashed=1;dashPattern=1 2;fontFamily=Atkinson Hyperlegible Next;" vertex="1" parent="1">
-           <mxGeometry x="1120" y="220" width="140" height="180" as="geometry" />
-         </mxCell>
-         <mxCell id="BWbFpJshCLjpk-5mwqhg-82" value="" style="rounded=1;whiteSpace=wrap;html=1;fillColor=none;strokeColor=#FFFFFF;strokeWidth=5;dashed=1;dashPattern=1 2;fontFamily=Atkinson Hyperlegible Next;" vertex="1" parent="1">
-           <mxGeometry x="1350" y="220" width="140" height="180" as="geometry" />
-         </mxCell>
-         <mxCell id="BWbFpJshCLjpk-5mwqhg-83" value="" style="rounded=1;whiteSpace=wrap;html=1;fillColor=none;strokeColor=#FFFFFF;strokeWidth=5;dashed=1;dashPattern=1 2;fontFamily=Atkinson Hyperlegible Next;" vertex="1" parent="1">
-           <mxGeometry x="1530" y="180" width="240" height="220" as="geometry" />
-         </mxCell>
-         <mxCell id="BWbFpJshCLjpk-5mwqhg-84" value="" style="rounded=1;whiteSpace=wrap;html=1;fillColor=none;strokeColor=#FFFFFF;strokeWidth=5;dashed=1;dashPattern=1 2;fontFamily=Atkinson Hyperlegible Next;" vertex="1" parent="1">
-           <mxGeometry x="1810" y="220" width="370" height="180" as="geometry" />
-         </mxCell>
-         <mxCell id="BWbFpJshCLjpk-5mwqhg-85" value="01" style="text;html=1;strokeColor=none;fillColor=none;align=center;verticalAlign=middle;whiteSpace=wrap;rounded=0;fontSize=50;fontFamily=Atkinson Hyperlegible Next;" vertex="1" parent="1">
+         <mxCell id="BWbFpJshCLjpk-5mwqhg-85" value="01" style="text;html=1;strokeColor=none;fillColor=none;align=center;verticalAlign=middle;whiteSpace=wrap;rounded=0;fontSize=50;fontFamily=Atkinson Hyperlegible Next;fontColor=default;" parent="1" vertex="1">
          <mxGeometry x="210" y="210" width="80" height="80" as="geometry" />
        </mxCell>
-         <mxCell id="BWbFpJshCLjpk-5mwqhg-87" value="02" style="text;html=1;strokeColor=none;fillColor=none;align=center;verticalAlign=middle;whiteSpace=wrap;rounded=0;fontSize=50;fontFamily=Atkinson Hyperlegible Next;" vertex="1" parent="1">
+         <mxCell id="BWbFpJshCLjpk-5mwqhg-87" value="02" style="text;html=1;strokeColor=none;fillColor=none;align=center;verticalAlign=middle;whiteSpace=wrap;rounded=0;fontSize=50;fontFamily=Atkinson Hyperlegible Next;fontColor=default;" parent="1" vertex="1">
          <mxGeometry x="740" y="200" width="80" height="80" as="geometry" />
        </mxCell>
-         <mxCell id="BWbFpJshCLjpk-5mwqhg-89" value="03" style="text;html=1;strokeColor=none;fillColor=none;align=center;verticalAlign=middle;whiteSpace=wrap;rounded=0;fontSize=50;fontFamily=Atkinson Hyperlegible Next;" vertex="1" parent="1">
+         <mxCell id="BWbFpJshCLjpk-5mwqhg-89" value="03" style="text;html=1;strokeColor=none;fillColor=none;align=center;verticalAlign=middle;whiteSpace=wrap;rounded=0;fontSize=50;fontFamily=Atkinson Hyperlegible Next;fontColor=default;" parent="1" vertex="1">
          <mxGeometry x="1060" y="160" width="80" height="80" as="geometry" />
        </mxCell>
-         <mxCell id="BWbFpJshCLjpk-5mwqhg-90" value="04" style="text;html=1;strokeColor=none;fillColor=none;align=center;verticalAlign=middle;whiteSpace=wrap;rounded=0;fontSize=50;fontFamily=Atkinson Hyperlegible Next;" vertex="1" parent="1">
+         <mxCell id="BWbFpJshCLjpk-5mwqhg-90" value="04" style="text;html=1;strokeColor=none;fillColor=none;align=center;verticalAlign=middle;whiteSpace=wrap;rounded=0;fontSize=50;fontFamily=Atkinson Hyperlegible Next;fontColor=default;" parent="1" vertex="1">
          <mxGeometry x="1290" y="160" width="80" height="80" as="geometry" />
        </mxCell>
-         <mxCell id="BWbFpJshCLjpk-5mwqhg-91" value="05" style="text;html=1;strokeColor=none;fillColor=none;align=center;verticalAlign=middle;whiteSpace=wrap;rounded=0;fontSize=50;fontFamily=Atkinson Hyperlegible Next;" vertex="1" parent="1">
+         <mxCell id="BWbFpJshCLjpk-5mwqhg-91" value="05" style="text;html=1;strokeColor=none;fillColor=none;align=center;verticalAlign=middle;whiteSpace=wrap;rounded=0;fontSize=50;fontFamily=Atkinson Hyperlegible Next;fontColor=default;" parent="1" vertex="1">
          <mxGeometry x="1470" y="120" width="80" height="80" as="geometry" />
        </mxCell>
-         <mxCell id="BWbFpJshCLjpk-5mwqhg-92" value="06" style="text;html=1;strokeColor=none;fillColor=none;align=center;verticalAlign=middle;whiteSpace=wrap;rounded=0;fontSize=50;fontFamily=Atkinson Hyperlegible Next;" vertex="1" parent="1">
+         <mxCell id="BWbFpJshCLjpk-5mwqhg-92" value="06" style="text;html=1;strokeColor=none;fillColor=none;align=center;verticalAlign=middle;whiteSpace=wrap;rounded=0;fontSize=50;fontFamily=Atkinson Hyperlegible Next;fontColor=default;" parent="1" vertex="1">
          <mxGeometry x="2160" y="160" width="80" height="80" as="geometry" />
        </mxCell>
-         <mxCell id="BWbFpJshCLjpk-5mwqhg-93" value="08" style="text;html=1;strokeColor=none;fillColor=none;align=center;verticalAlign=middle;whiteSpace=wrap;rounded=0;fontSize=50;fontFamily=Atkinson Hyperlegible Next;" vertex="1" parent="1">
+         <mxCell id="BWbFpJshCLjpk-5mwqhg-93" value="08" style="text;html=1;strokeColor=none;fillColor=none;align=center;verticalAlign=middle;whiteSpace=wrap;rounded=0;fontSize=50;fontFamily=Atkinson Hyperlegible Next;fontColor=default;" parent="1" vertex="1">
          <mxGeometry x="1750" y="410" width="80" height="80" as="geometry" />
        </mxCell>
-         <mxCell id="BWbFpJshCLjpk-5mwqhg-94" value="07" style="text;html=1;strokeColor=none;fillColor=none;align=center;verticalAlign=middle;whiteSpace=wrap;rounded=0;fontSize=50;fontFamily=Atkinson Hyperlegible Next;" vertex="1" parent="1">
+         <mxCell id="BWbFpJshCLjpk-5mwqhg-94" value="07" style="text;html=1;strokeColor=none;fillColor=none;align=center;verticalAlign=middle;whiteSpace=wrap;rounded=0;fontSize=50;fontFamily=Atkinson Hyperlegible Next;fontColor=default;" parent="1" vertex="1">
          <mxGeometry x="1060" y="410" width="80" height="80" as="geometry" />
        </mxCell>
-         <mxCell id="BWbFpJshCLjpk-5mwqhg-95" value="12" style="text;html=1;strokeColor=none;fillColor=none;align=center;verticalAlign=middle;whiteSpace=wrap;rounded=0;fontSize=50;fontFamily=Atkinson Hyperlegible Next;" vertex="1" parent="1">
+         <mxCell id="BWbFpJshCLjpk-5mwqhg-95" value="12" style="text;html=1;strokeColor=none;fillColor=none;align=center;verticalAlign=middle;whiteSpace=wrap;rounded=0;fontSize=50;fontFamily=Atkinson Hyperlegible Next;fontColor=default;" parent="1" vertex="1">
          <mxGeometry x="2140" y="750" width="80" height="80" as="geometry" />
        </mxCell>
-         <mxCell id="BWbFpJshCLjpk-5mwqhg-96" value="11" style="text;html=1;strokeColor=none;fillColor=none;align=center;verticalAlign=middle;whiteSpace=wrap;rounded=0;fontSize=50;fontFamily=Atkinson Hyperlegible Next;" vertex="1" parent="1">
+         <mxCell id="BWbFpJshCLjpk-5mwqhg-96" value="11" style="text;html=1;strokeColor=none;fillColor=none;align=center;verticalAlign=middle;whiteSpace=wrap;rounded=0;fontSize=50;fontFamily=Atkinson Hyperlegible Next;fontColor=default;" parent="1" vertex="1">
          <mxGeometry x="960" y="750" width="80" height="80" as="geometry" />
        </mxCell>
-         <mxCell id="BWbFpJshCLjpk-5mwqhg-97" value="10" style="text;html=1;strokeColor=none;fillColor=none;align=center;verticalAlign=middle;whiteSpace=wrap;rounded=0;fontSize=50;fontFamily=Atkinson Hyperlegible Next;" vertex="1" parent="1">
+         <mxCell id="BWbFpJshCLjpk-5mwqhg-97" value="10" style="text;html=1;strokeColor=none;fillColor=none;align=center;verticalAlign=middle;whiteSpace=wrap;rounded=0;fontSize=50;fontFamily=Atkinson Hyperlegible Next;fontColor=default;" parent="1" vertex="1">
          <mxGeometry x="810" y="730" width="80" height="80" as="geometry" />
        </mxCell>
-         <mxCell id="BWbFpJshCLjpk-5mwqhg-98" value="09" style="text;html=1;strokeColor=none;fillColor=none;align=center;verticalAlign=middle;whiteSpace=wrap;rounded=0;fontSize=50;fontFamily=Atkinson Hyperlegible Next;" vertex="1" parent="1">
+         <mxCell id="BWbFpJshCLjpk-5mwqhg-98" value="09" style="text;html=1;strokeColor=none;fillColor=none;align=center;verticalAlign=middle;whiteSpace=wrap;rounded=0;fontSize=50;fontFamily=Atkinson Hyperlegible Next;fontColor=default;" parent="1" vertex="1">
          <mxGeometry x="200" y="560" width="80" height="80" as="geometry" />
        </mxCell>
      </root>
    </mxGraphModel>
  </diagram>
</mxfile>
